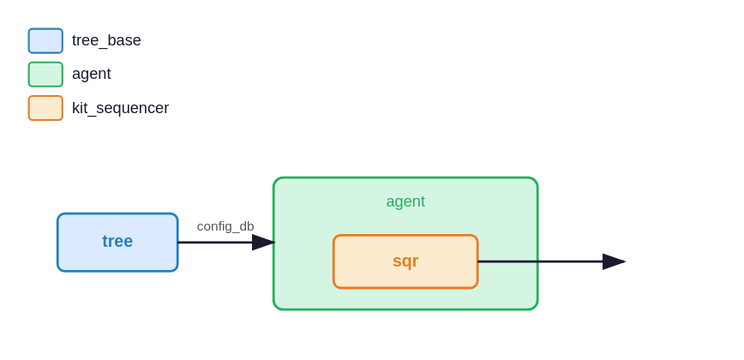
Earlier version of the draw.io export src/sv/agent/clock_tree/images/component_structure.drawio.svg (XiaoHui2023/templates). Source tidied: cells renumbered, new cells last; positions are measured from the earlier drawing's top-left corner, leaving out a move shared by most shapes.
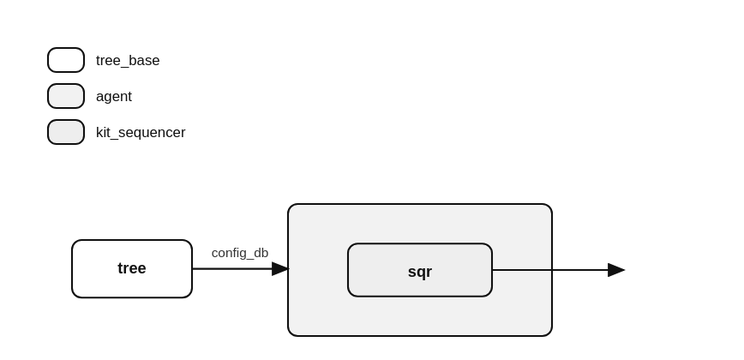
After the change.

What changed in the source:
```diff
@@ -2,40 +2,40 @@
   <root>
     <mxCell id="0" />
     <mxCell id="1" parent="0" />
-    <mxCell id="2" style="rounded=1;whiteSpace=wrap;html=1;fillColor=#dbeafe;strokeColor=#2980b9;" parent="1" vertex="1">
-      <mxGeometry y="4" width="28" height="20" as="geometry" />
+    <mxCell id="2" style="rounded=1;whiteSpace=wrap;html=1;fillColor=#ffffff;strokeColor=#111111;strokeWidth=1.5;fontSize=13;fontColor=#111111;arcSize=8;" parent="1" vertex="1">
+      <mxGeometry y="4" width="30" height="20" as="geometry" />
     </mxCell>
-    <mxCell id="3" value="tree_base" style="text;html=1;strokeColor=none;fillColor=none;align=left;verticalAlign=middle;" parent="1" vertex="1">
-      <mxGeometry x="36" width="80" height="28" as="geometry" />
+    <mxCell id="3" value="tree_base" style="text;html=1;strokeColor=none;fillColor=none;align=left;verticalAlign=middle;fontSize=12;fontColor=#111111;" parent="1" vertex="1">
+      <mxGeometry x="40" width="100" height="28" as="geometry" />
     </mxCell>
-    <mxCell id="4" style="rounded=1;whiteSpace=wrap;html=1;fillColor=#d5f5e3;strokeColor=#27ae60;" parent="1" vertex="1">
-      <mxGeometry y="36" width="28" height="20" as="geometry" />
+    <mxCell id="4" style="rounded=1;whiteSpace=wrap;html=1;fillColor=#f2f2f2;strokeColor=#111111;strokeWidth=1.5;fontSize=13;fontColor=#111111;arcSize=8;" parent="1" vertex="1">
+      <mxGeometry y="34" width="30" height="20" as="geometry" />
     </mxCell>
-    <mxCell id="5" value="agent" style="text;html=1;strokeColor=none;fillColor=none;align=left;verticalAlign=middle;" parent="1" vertex="1">
-      <mxGeometry x="36" y="32" width="80" height="28" as="geometry" />
+    <mxCell id="5" value="agent" style="text;html=1;strokeColor=none;fillColor=none;align=left;verticalAlign=middle;fontSize=12;fontColor=#111111;" parent="1" vertex="1">
+      <mxGeometry x="40" y="30" width="80" height="28" as="geometry" />
     </mxCell>
-    <mxCell id="6" style="rounded=1;whiteSpace=wrap;html=1;fillColor=#fdebd0;strokeColor=#e67e22;" parent="1" vertex="1">
-      <mxGeometry y="68" width="28" height="20" as="geometry" />
+    <mxCell id="6" style="rounded=1;whiteSpace=wrap;html=1;fillColor=#eeeeee;strokeColor=#111111;strokeWidth=1.5;fontSize=13;fontColor=#111111;arcSize=8;" parent="1" vertex="1">
+      <mxGeometry y="64" width="30" height="20" as="geometry" />
     </mxCell>
-    <mxCell id="7" value="kit_sequencer" style="text;html=1;strokeColor=none;fillColor=none;align=left;verticalAlign=middle;" parent="1" vertex="1">
-      <mxGeometry x="36" y="64" width="120" height="28" as="geometry" />
+    <mxCell id="7" value="kit_sequencer" style="text;html=1;strokeColor=none;fillColor=none;align=left;verticalAlign=middle;fontSize=12;fontColor=#111111;" parent="1" vertex="1">
+      <mxGeometry x="40" y="60" width="120" height="28" as="geometry" />
     </mxCell>
-    <mxCell id="8" value="tree" style="rounded=1;whiteSpace=wrap;html=1;fillColor=#dbeafe;strokeColor=#2980b9;align=center;verticalAlign=middle;fontStyle=1;" parent="1" vertex="1">
+    <mxCell id="8" value="tree" style="rounded=1;whiteSpace=wrap;html=1;fillColor=#ffffff;strokeColor=#111111;strokeWidth=1.5;fontSize=13;fontColor=#111111;arcSize=8;align=center;verticalAlign=middle;fontStyle=1;" parent="1" vertex="1">
       <mxGeometry x="20" y="164" width="100" height="48" as="geometry" />
     </mxCell>
-    <mxCell id="9" value="agent" style="swimlane;rounded=1;whiteSpace=wrap;html=1;fillColor=#d5f5e3;strokeColor=#27ae60;startSize=28;fontStyle=0;" parent="1" vertex="1">
+    <mxCell id="9" style="rounded=1;whiteSpace=wrap;html=1;fillColor=#f2f2f2;strokeColor=#111111;strokeWidth=1.5;fontSize=13;fontColor=#111111;arcSize=8;" parent="1" vertex="1">
       <mxGeometry x="200" y="134" width="220" height="110" as="geometry" />
     </mxCell>
-    <mxCell id="10" value="sqr" style="rounded=1;whiteSpace=wrap;html=1;fillColor=#fdebd0;strokeColor=#e67e22;align=center;verticalAlign=middle;fontStyle=1;" parent="9" vertex="1">
-      <mxGeometry x="50" y="48" width="120" height="44" as="geometry" />
+    <mxCell id="10" value="sqr" style="rounded=1;whiteSpace=wrap;html=1;fillColor=#eeeeee;strokeColor=#111111;strokeWidth=1.5;fontSize=13;fontColor=#111111;arcSize=8;align=center;verticalAlign=middle;fontStyle=1;" parent="9" vertex="1">
+      <mxGeometry x="50" y="33" width="120" height="44" as="geometry" />
     </mxCell>
     <mxCell id="11" style="ellipse;whiteSpace=wrap;html=1;fillColor=none;strokeColor=none;" parent="1" vertex="1">
       <mxGeometry x="480" y="188" width="1" height="1" as="geometry" />
     </mxCell>
-    <mxCell id="12" value="config_db" style="edgeStyle=none;rounded=0;jettySize=auto;html=1;endArrow=classic;endFill=1;fontSize=11;fontColor=#555555;" parent="1" edge="1" source="8" target="9">
+    <mxCell id="12" value="config_db" style="edgeStyle=none;rounded=0;jettySize=auto;html=1;endArrow=classic;endFill=1;strokeColor=#111111;strokeWidth=1.5;fontSize=11;fontColor=#333333;" parent="1" edge="1" source="8" target="9">
       <mxGeometry relative="1" as="geometry" />
     </mxCell>
-    <mxCell id="13" style="edgeStyle=none;rounded=0;jettySize=auto;html=1;endArrow=classic;endFill=1;strokeColor=#1a1a2e;" parent="1" edge="1" source="10" target="11">
+    <mxCell id="13" style="edgeStyle=none;rounded=0;jettySize=auto;html=1;endArrow=classic;endFill=1;strokeColor=#111111;strokeWidth=1.5;" parent="1" edge="1" source="10" target="11">
       <mxGeometry relative="1" as="geometry" />
     </mxCell>
   </root>
```
